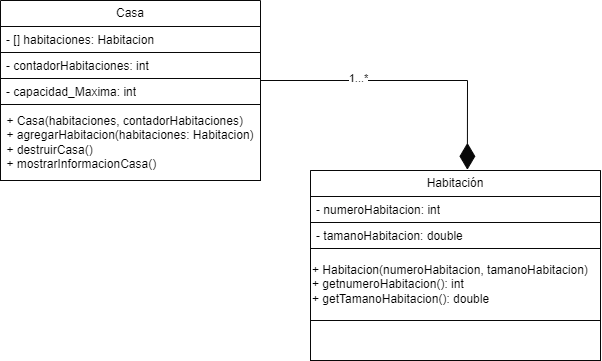
Sof-Saos/PB-E keeps this draw.io diagram as POO1/E2/Casa.drawio.png. Above is the earlier version. Source tidied: cells renumbered, new cells last; positions are measured from the earlier drawing's top-left corner, leaving out a move shared by most shapes. Its diagram source:
```xml
<mxGraphModel>
  <root>
    <mxCell id="0" />
    <mxCell id="1" parent="0" />
    <mxCell id="2" value="Casa" style="swimlane;fontStyle=0;horizontal=1;startSize=26;fillColor=#FFFFFF;whiteSpace=wrap;html=1;strokeColor=#080808;" parent="1" vertex="1">
      <mxGeometry width="260" height="180" as="geometry" />
    </mxCell>
    <mxCell id="3" value="- [] habitaciones: Habitacion" style="text;strokeColor=#080808;fillColor=#FFFFFF;align=left;verticalAlign=top;spacingLeft=4;spacingRight=4;overflow=hidden;whiteSpace=wrap;html=1;" parent="2" vertex="1">
      <mxGeometry y="26" width="260" height="26" as="geometry" />
    </mxCell>
    <mxCell id="4" value="- contadorHabitaciones: int" style="text;strokeColor=#080808;fillColor=#FFFFFF;align=left;verticalAlign=top;spacingLeft=4;spacingRight=4;overflow=hidden;whiteSpace=wrap;html=1;" parent="2" vertex="1">
      <mxGeometry y="52" width="260" height="26" as="geometry" />
    </mxCell>
    <mxCell id="5" value="- capacidad_Maxima: int" style="text;strokeColor=#080808;fillColor=#FFFFFF;align=left;verticalAlign=top;spacingLeft=4;spacingRight=4;overflow=hidden;whiteSpace=wrap;html=1;" parent="2" vertex="1">
      <mxGeometry y="78" width="260" height="26" as="geometry" />
    </mxCell>
    <mxCell id="6" value="&lt;div style=&quot;text-align: left;&quot;&gt;&lt;span style=&quot;background-color: initial;&quot;&gt;+ Casa(habitaciones, contadorHabitaciones)&lt;/span&gt;&lt;/div&gt;&lt;div style=&quot;text-align: left;&quot;&gt;&lt;span style=&quot;background-color: initial;&quot;&gt;+ agregarHabitacion(habitaciones: Habitacion)&lt;/span&gt;&lt;/div&gt;&lt;div style=&quot;text-align: left;&quot;&gt;&lt;span style=&quot;background-color: initial;&quot;&gt;+ destruirCasa()&lt;/span&gt;&lt;/div&gt;&lt;div style=&quot;text-align: left;&quot;&gt;&lt;span style=&quot;background-color: initial;&quot;&gt;+ mostrarInformacionCasa()&amp;nbsp;&lt;/span&gt;&lt;/div&gt;" style="html=1;whiteSpace=wrap;fillColor=#FFFFFF;strokeColor=#080808;" parent="2" vertex="1">
      <mxGeometry y="104" width="260" height="76" as="geometry" />
    </mxCell>
    <mxCell id="7" style="group;fillColor=#FFFFFF;strokeColor=#080808;" parent="1" vertex="1">
      <mxGeometry x="310" y="170" width="290" height="190" as="geometry" />
    </mxCell>
    <mxCell id="8" value="Habitación" style="swimlane;fontStyle=0;horizontal=1;startSize=26;fillColor=#FFFFFF;whiteSpace=wrap;html=1;strokeColor=#080808;" parent="7" vertex="1">
      <mxGeometry width="290" height="78" as="geometry" />
    </mxCell>
    <mxCell id="9" value="- numeroHabitacion: int" style="text;strokeColor=#080808;fillColor=#FFFFFF;align=left;verticalAlign=top;spacingLeft=4;spacingRight=4;overflow=hidden;whiteSpace=wrap;html=1;" parent="8" vertex="1">
      <mxGeometry y="26" width="290" height="26" as="geometry" />
    </mxCell>
    <mxCell id="10" value="- tamanoHabitacion: double" style="text;strokeColor=#080808;fillColor=#FFFFFF;align=left;verticalAlign=top;spacingLeft=4;spacingRight=4;overflow=hidden;whiteSpace=wrap;html=1;" parent="8" vertex="1">
      <mxGeometry y="52" width="290" height="26" as="geometry" />
    </mxCell>
    <mxCell id="11" value="+ Habitacion(numeroHabitacion, tamanoHabitacion)&lt;br&gt;+ getnumeroHabitacion(): int&lt;br&gt;+ getTamanoHabitacion(): double" style="html=1;whiteSpace=wrap;align=left;fillColor=#FFFFFF;strokeColor=#080808;" parent="7" vertex="1">
      <mxGeometry y="78" width="290" height="72" as="geometry" />
    </mxCell>
    <mxCell id="12" style="endArrow=diamondThin;endFill=1;endSize=24;html=1;rounded=0;labelBackgroundColor=default;strokeColor=#080808;fontFamily=Helvetica;fontSize=11;fontColor=default;shape=connector;entryX=0.541;entryY=-0.009;entryDx=0;entryDy=0;entryPerimeter=0;fillColor=#FFFFFF;" parent="1" edge="1" target="8">
      <mxGeometry relative="1" as="geometry">
        <mxPoint x="260" y="80" as="sourcePoint" />
        <Array as="points">
          <mxPoint x="467" y="80" />
        </Array>
      </mxGeometry>
    </mxCell>
    <mxCell id="13" value="1...*" style="edgeLabel;html=1;align=center;verticalAlign=middle;fontSize=11;fontFamily=Helvetica;fontColor=default;strokeColor=#080808;fillColor=#FFFFFF;" parent="12" vertex="1">
      <mxGeometry x="-0.35" y="2" relative="1" as="geometry" />
    </mxCell>
  </root>
</mxGraphModel>
```
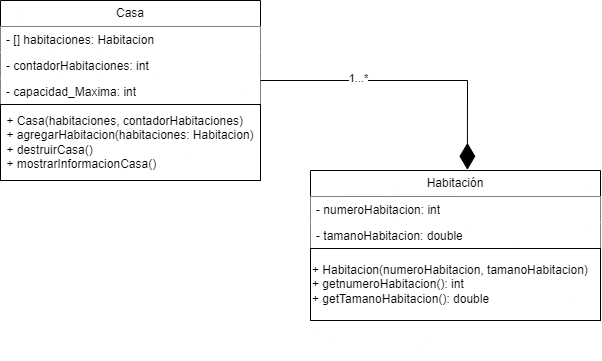
Above is the later version.

Change to the diagram source:
```diff
@@ -2,37 +2,37 @@
   <root>
     <mxCell id="0" />
     <mxCell id="1" parent="0" />
-    <mxCell id="2" value="Casa" style="swimlane;fontStyle=0;horizontal=1;startSize=26;fillColor=#FFFFFF;whiteSpace=wrap;html=1;strokeColor=#080808;" parent="1" vertex="1">
+    <mxCell id="2" value="Casa" style="swimlane;fontStyle=0;horizontal=1;startSize=26;fillColor=#FFFFFF;whiteSpace=wrap;html=1;" parent="1" vertex="1">
       <mxGeometry width="260" height="180" as="geometry" />
     </mxCell>
-    <mxCell id="3" value="- [] habitaciones: Habitacion" style="text;strokeColor=#080808;fillColor=#FFFFFF;align=left;verticalAlign=top;spacingLeft=4;spacingRight=4;overflow=hidden;whiteSpace=wrap;html=1;" parent="2" vertex="1">
+    <mxCell id="3" value="- [] habitaciones: Habitacion" style="text;strokeColor=none;fillColor=#FFFFFF;align=left;verticalAlign=top;spacingLeft=4;spacingRight=4;overflow=hidden;whiteSpace=wrap;html=1;" parent="2" vertex="1">
       <mxGeometry y="26" width="260" height="26" as="geometry" />
     </mxCell>
-    <mxCell id="4" value="- contadorHabitaciones: int" style="text;strokeColor=#080808;fillColor=#FFFFFF;align=left;verticalAlign=top;spacingLeft=4;spacingRight=4;overflow=hidden;whiteSpace=wrap;html=1;" parent="2" vertex="1">
+    <mxCell id="4" value="- contadorHabitaciones: int" style="text;strokeColor=none;fillColor=#FFFFFF;align=left;verticalAlign=top;spacingLeft=4;spacingRight=4;overflow=hidden;whiteSpace=wrap;html=1;" parent="2" vertex="1">
       <mxGeometry y="52" width="260" height="26" as="geometry" />
     </mxCell>
-    <mxCell id="5" value="- capacidad_Maxima: int" style="text;strokeColor=#080808;fillColor=#FFFFFF;align=left;verticalAlign=top;spacingLeft=4;spacingRight=4;overflow=hidden;whiteSpace=wrap;html=1;" parent="2" vertex="1">
+    <mxCell id="5" value="- capacidad_Maxima: int" style="text;strokeColor=none;fillColor=#FFFFFF;align=left;verticalAlign=top;spacingLeft=4;spacingRight=4;overflow=hidden;whiteSpace=wrap;html=1;" parent="2" vertex="1">
       <mxGeometry y="78" width="260" height="26" as="geometry" />
     </mxCell>
-    <mxCell id="6" value="&lt;div style=&quot;text-align: left;&quot;&gt;&lt;span style=&quot;background-color: initial;&quot;&gt;+ Casa(habitaciones, contadorHabitaciones)&lt;/span&gt;&lt;/div&gt;&lt;div style=&quot;text-align: left;&quot;&gt;&lt;span style=&quot;background-color: initial;&quot;&gt;+ agregarHabitacion(habitaciones: Habitacion)&lt;/span&gt;&lt;/div&gt;&lt;div style=&quot;text-align: left;&quot;&gt;&lt;span style=&quot;background-color: initial;&quot;&gt;+ destruirCasa()&lt;/span&gt;&lt;/div&gt;&lt;div style=&quot;text-align: left;&quot;&gt;&lt;span style=&quot;background-color: initial;&quot;&gt;+ mostrarInformacionCasa()&amp;nbsp;&lt;/span&gt;&lt;/div&gt;" style="html=1;whiteSpace=wrap;fillColor=#FFFFFF;strokeColor=#080808;" parent="2" vertex="1">
+    <mxCell id="6" value="&lt;div style=&quot;text-align: left;&quot;&gt;&lt;span style=&quot;background-color: initial;&quot;&gt;+ Casa(habitaciones, contadorHabitaciones)&lt;/span&gt;&lt;/div&gt;&lt;div style=&quot;text-align: left;&quot;&gt;&lt;span style=&quot;background-color: initial;&quot;&gt;+ agregarHabitacion(habitaciones: Habitacion)&lt;/span&gt;&lt;/div&gt;&lt;div style=&quot;text-align: left;&quot;&gt;&lt;span style=&quot;background-color: initial;&quot;&gt;+ destruirCasa()&lt;/span&gt;&lt;/div&gt;&lt;div style=&quot;text-align: left;&quot;&gt;&lt;span style=&quot;background-color: initial;&quot;&gt;+ mostrarInformacionCasa()&amp;nbsp;&lt;/span&gt;&lt;/div&gt;" style="html=1;whiteSpace=wrap;fillColor=#FFFFFF;" parent="2" vertex="1">
       <mxGeometry y="104" width="260" height="76" as="geometry" />
     </mxCell>
-    <mxCell id="7" style="group;fillColor=#FFFFFF;strokeColor=#080808;" parent="1" vertex="1">
+    <mxCell id="7" style="group;fillColor=#FFFFFF;" parent="1" vertex="1">
       <mxGeometry x="310" y="170" width="290" height="190" as="geometry" />
     </mxCell>
-    <mxCell id="8" value="Habitación" style="swimlane;fontStyle=0;horizontal=1;startSize=26;fillColor=#FFFFFF;whiteSpace=wrap;html=1;strokeColor=#080808;" parent="7" vertex="1">
+    <mxCell id="8" value="Habitación" style="swimlane;fontStyle=0;horizontal=1;startSize=26;fillColor=#FFFFFF;whiteSpace=wrap;html=1;" parent="7" vertex="1">
       <mxGeometry width="290" height="78" as="geometry" />
     </mxCell>
-    <mxCell id="9" value="- numeroHabitacion: int" style="text;strokeColor=#080808;fillColor=#FFFFFF;align=left;verticalAlign=top;spacingLeft=4;spacingRight=4;overflow=hidden;whiteSpace=wrap;html=1;" parent="8" vertex="1">
+    <mxCell id="9" value="- numeroHabitacion: int" style="text;strokeColor=none;fillColor=#FFFFFF;align=left;verticalAlign=top;spacingLeft=4;spacingRight=4;overflow=hidden;whiteSpace=wrap;html=1;" parent="8" vertex="1">
       <mxGeometry y="26" width="290" height="26" as="geometry" />
     </mxCell>
-    <mxCell id="10" value="- tamanoHabitacion: double" style="text;strokeColor=#080808;fillColor=#FFFFFF;align=left;verticalAlign=top;spacingLeft=4;spacingRight=4;overflow=hidden;whiteSpace=wrap;html=1;" parent="8" vertex="1">
+    <mxCell id="10" value="- tamanoHabitacion: double" style="text;strokeColor=none;fillColor=#FFFFFF;align=left;verticalAlign=top;spacingLeft=4;spacingRight=4;overflow=hidden;whiteSpace=wrap;html=1;" parent="8" vertex="1">
       <mxGeometry y="52" width="290" height="26" as="geometry" />
     </mxCell>
-    <mxCell id="11" value="+ Habitacion(numeroHabitacion, tamanoHabitacion)&lt;br&gt;+ getnumeroHabitacion(): int&lt;br&gt;+ getTamanoHabitacion(): double" style="html=1;whiteSpace=wrap;align=left;fillColor=#FFFFFF;strokeColor=#080808;" parent="7" vertex="1">
+    <mxCell id="11" value="+ Habitacion(numeroHabitacion, tamanoHabitacion)&lt;br&gt;+ getnumeroHabitacion(): int&lt;br&gt;+ getTamanoHabitacion(): double" style="html=1;whiteSpace=wrap;align=left;fillColor=#FFFFFF;" parent="7" vertex="1">
       <mxGeometry y="78" width="290" height="72" as="geometry" />
     </mxCell>
-    <mxCell id="12" style="endArrow=diamondThin;endFill=1;endSize=24;html=1;rounded=0;labelBackgroundColor=default;strokeColor=#080808;fontFamily=Helvetica;fontSize=11;fontColor=default;shape=connector;entryX=0.541;entryY=-0.009;entryDx=0;entryDy=0;entryPerimeter=0;fillColor=#FFFFFF;" parent="1" edge="1" target="8">
+    <mxCell id="12" style="endArrow=diamondThin;endFill=1;endSize=24;html=1;rounded=0;labelBackgroundColor=default;strokeColor=#000000;fontFamily=Helvetica;fontSize=11;fontColor=default;shape=connector;entryX=0.541;entryY=-0.009;entryDx=0;entryDy=0;entryPerimeter=0;fillColor=#FFFFFF;" parent="1" edge="1" target="8">
       <mxGeometry relative="1" as="geometry">
         <mxPoint x="260" y="80" as="sourcePoint" />
         <Array as="points">
@@ -40,7 +40,7 @@
         </Array>
       </mxGeometry>
     </mxCell>
-    <mxCell id="13" value="1...*" style="edgeLabel;html=1;align=center;verticalAlign=middle;fontSize=11;fontFamily=Helvetica;fontColor=default;strokeColor=#080808;fillColor=#FFFFFF;" parent="12" vertex="1">
+    <mxCell id="13" value="1...*" style="edgeLabel;html=1;align=center;verticalAlign=middle;fontSize=11;fontFamily=Helvetica;fontColor=default;strokeColor=#F7F7F7;fillColor=#FFFFFF;" parent="12" vertex="1">
       <mxGeometry x="-0.35" y="2" relative="1" as="geometry" />
     </mxCell>
   </root>
```
